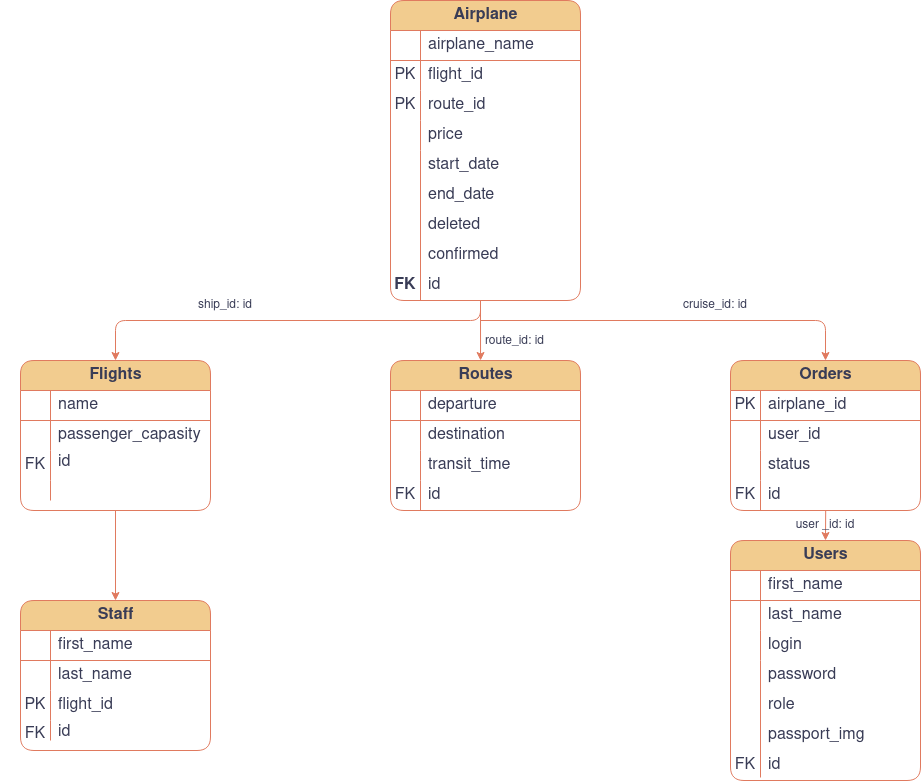
Earlier version of the draw.io export DB-diagram.png (samirvaliyev/airwings_project). Source tidied: cells renumbered, new cells last; positions are measured from the earlier drawing's top-left corner, leaving out a move shared by most shapes.
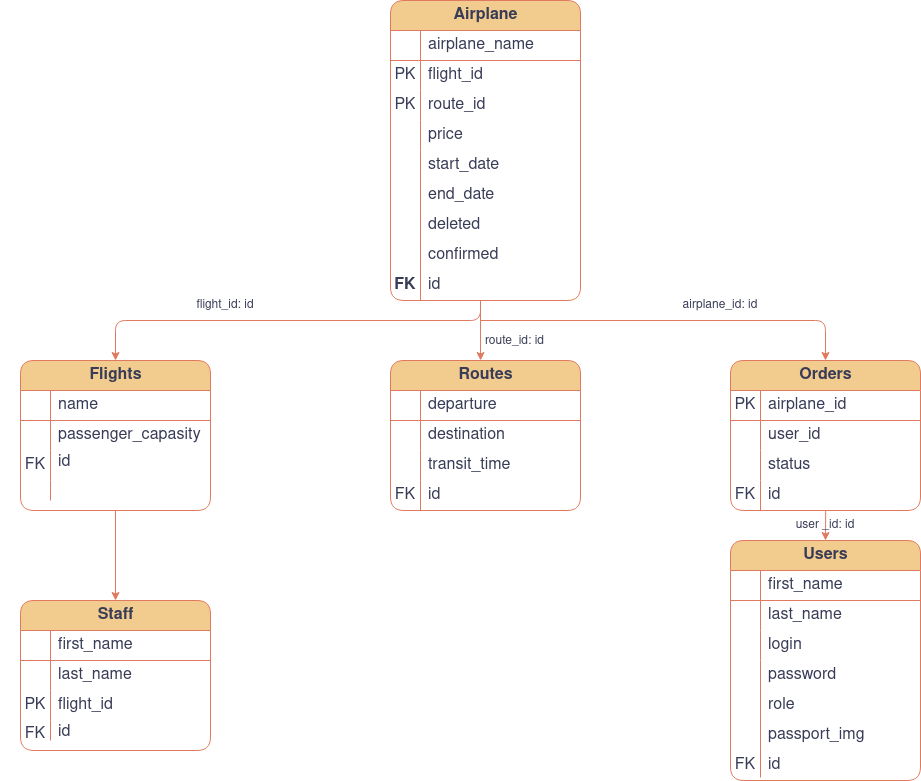
The same file after the commit.

Diff of the diagram source:
```diff
@@ -333,13 +333,13 @@
     <mxCell id="105" value="&lt;div&gt;route_id: id&lt;/div&gt;" style="text;html=1;strokeColor=none;fillColor=none;align=center;verticalAlign=middle;whiteSpace=wrap;rounded=1;labelBackgroundColor=none;fontColor=#393C56;" parent="1" vertex="1">
       <mxGeometry x="477" y="326" width="75" height="30" as="geometry" />
     </mxCell>
-    <mxCell id="106" value="cruise_id: id" style="text;html=1;strokeColor=none;fillColor=none;align=center;verticalAlign=middle;whiteSpace=wrap;rounded=1;labelBackgroundColor=none;fontColor=#393C56;" parent="1" vertex="1">
-      <mxGeometry x="680" y="290" width="70" height="30" as="geometry" />
+    <mxCell id="106" value="airplane_id: id" style="text;html=1;strokeColor=none;fillColor=none;align=center;verticalAlign=middle;whiteSpace=wrap;rounded=1;labelBackgroundColor=none;fontColor=#393C56;" parent="1" vertex="1">
+      <mxGeometry x="680" y="290" width="80" height="30" as="geometry" />
     </mxCell>
     <mxCell id="107" value="user&lt;span style=&quot;white-space: pre;&quot;&gt;&#9;&lt;/span&gt;_id: id" style="text;html=1;strokeColor=none;fillColor=none;align=center;verticalAlign=middle;whiteSpace=wrap;rounded=1;labelBackgroundColor=none;fontColor=#393C56;" parent="1" vertex="1">
       <mxGeometry x="790" y="510" width="70" height="30" as="geometry" />
     </mxCell>
-    <mxCell id="108" value="ship_id: id" style="text;html=1;strokeColor=none;fillColor=none;align=center;verticalAlign=middle;whiteSpace=wrap;rounded=1;labelBackgroundColor=none;fontColor=#393C56;" parent="1" vertex="1">
+    <mxCell id="108" value="&lt;div&gt;flight_id: id&lt;/div&gt;" style="text;html=1;strokeColor=none;fillColor=none;align=center;verticalAlign=middle;whiteSpace=wrap;rounded=1;labelBackgroundColor=none;fontColor=#393C56;" parent="1" vertex="1">
       <mxGeometry x="190" y="290" width="70" height="30" as="geometry" />
     </mxCell>
   </root>
```
